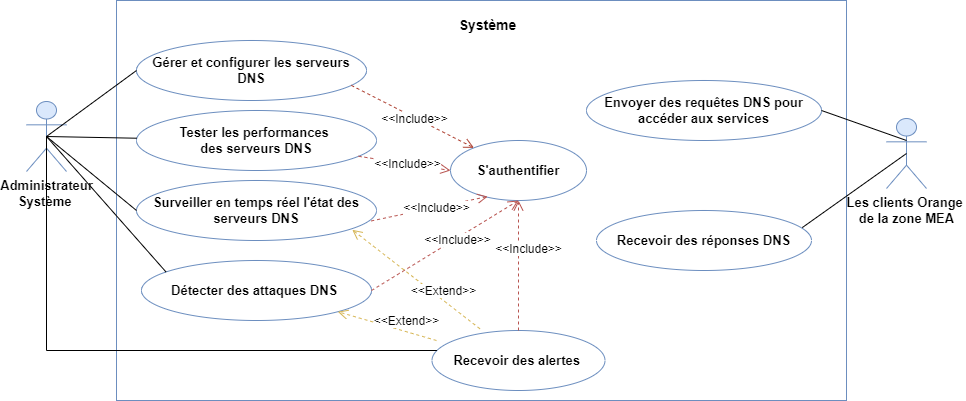
This is GlobalUseCase.drawio.png from eya-harbaoui/Diagramms, a draw.io export, as it was before one commit. Source tidied: cells renumbered, new cells last; positions are measured from the earlier drawing's top-left corner, leaving out a move shared by most shapes.
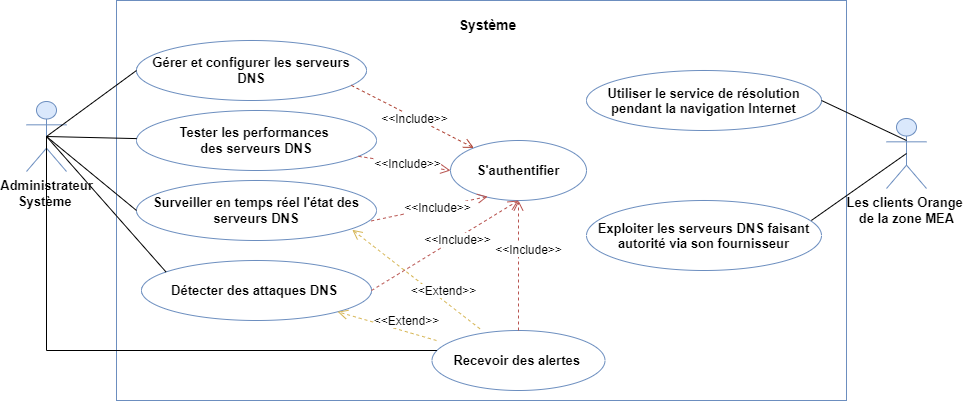
After the change.

What changed in the source:
```diff
@@ -29,11 +29,11 @@
     <mxCell id="10" value="&lt;b&gt;&lt;font style=&quot;font-size: 13px;&quot;&gt;S'authentifier&lt;/font&gt;&lt;/b&gt;" style="ellipse;whiteSpace=wrap;html=1;strokeColor=#6C8EBF;" parent="1" vertex="1">
       <mxGeometry x="424" y="140" width="136" height="60" as="geometry" />
     </mxCell>
-    <mxCell id="11" value="&lt;b&gt;&lt;font style=&quot;font-size: 13px;&quot;&gt;Envoyer des requêtes DNS pour accéder aux services&lt;/font&gt;&lt;/b&gt;" style="ellipse;whiteSpace=wrap;html=1;strokeColor=#6C8EBF;" parent="1" vertex="1">
-      <mxGeometry x="560" y="80" width="235" height="60" as="geometry" />
+    <mxCell id="11" value="&lt;div&gt;&lt;span style=&quot;font-size: 13px;&quot;&gt;&lt;b&gt;&lt;br&gt;&lt;/b&gt;&lt;/span&gt;&lt;/div&gt;&lt;div&gt;&lt;span style=&quot;font-size: 13px;&quot;&gt;&lt;b&gt;Utiliser le service de résolution pendant la navigation Internet&lt;/b&gt;&lt;/span&gt;&lt;/div&gt;&lt;div&gt;&lt;br&gt;&lt;/div&gt;" style="ellipse;whiteSpace=wrap;html=1;strokeColor=#6C8EBF;" parent="1" vertex="1">
+      <mxGeometry x="560" y="70" width="235" height="60" as="geometry" />
     </mxCell>
-    <mxCell id="12" value="&lt;b&gt;&lt;font style=&quot;font-size: 13px;&quot;&gt;Recevoir des réponses DNS&lt;/font&gt;&lt;/b&gt;" style="ellipse;whiteSpace=wrap;html=1;strokeColor=#6C8EBF;" parent="1" vertex="1">
-      <mxGeometry x="570" y="210" width="215" height="60" as="geometry" />
+    <mxCell id="12" value="&lt;div&gt;&lt;span style=&quot;font-size: 13px;&quot;&gt;&lt;b&gt;&lt;br&gt;&lt;/b&gt;&lt;/span&gt;&lt;/div&gt;&lt;div&gt;&lt;span style=&quot;font-size: 13px;&quot;&gt;&lt;b&gt;Exploiter les serveurs DNS faisant autorité via son fournisseur&lt;/b&gt;&lt;/span&gt;&lt;/div&gt;&lt;div&gt;&lt;br&gt;&lt;/div&gt;" style="ellipse;whiteSpace=wrap;html=1;strokeColor=#6C8EBF;" parent="1" vertex="1">
+      <mxGeometry x="560" y="200" width="235" height="70" as="geometry" />
     </mxCell>
     <mxCell id="13" value="&lt;font style=&quot;font-size: 13px;&quot;&gt;Administrateur&lt;/font&gt;&lt;div&gt;&lt;font style=&quot;font-size: 13px;&quot;&gt;Système&amp;nbsp;&lt;/font&gt;&lt;div style=&quot;font-size: 13px;&quot;&gt;&lt;br&gt;&lt;/div&gt;&lt;/div&gt;" style="shape=umlActor;verticalLabelPosition=bottom;verticalAlign=top;html=1;outlineConnect=0;fontStyle=1;fillColor=#dae8fc;strokeColor=#6c8ebf;" parent="1" vertex="1">
       <mxGeometry y="101" width="40" height="70" as="geometry" />
```
